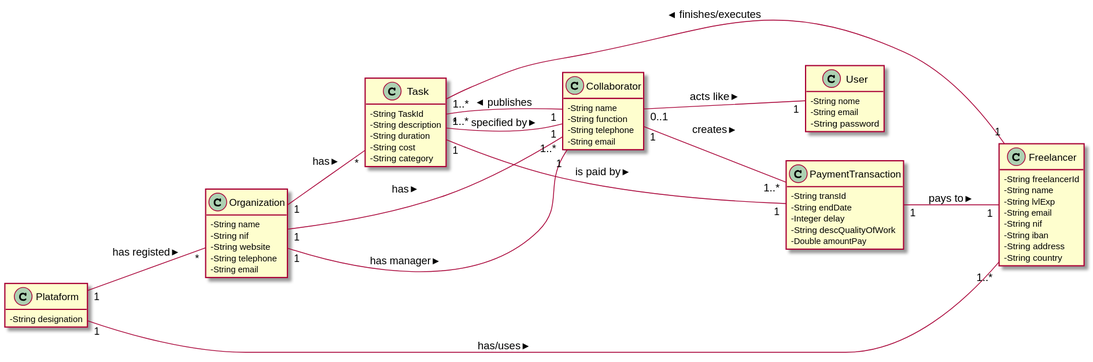
Earlier version of the PlantUML export LAPR2-2020-G010-Application/docs/usecases/UC4/UC4_MD.svg (LourencoMelo/ISEP-LAPR2).
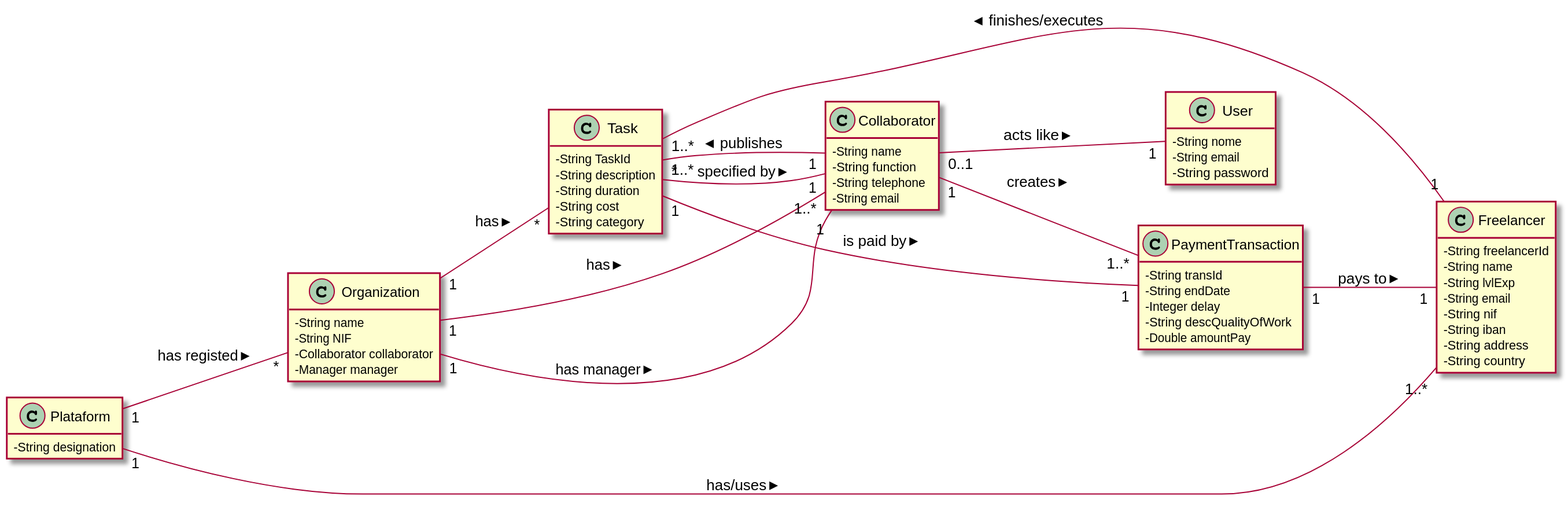
The same diagram one commit later.

Diff of the diagram source:
```diff
@@ -49,10 +49,9 @@
 
 class Organization{
 -String name
--String nif
--String website
--String telephone
--String email
+-String NIF
+-Collaborator collaborator
+-Manager manager
 }
 
 Plataform "1" -- "*" Organization : has registed >
```
